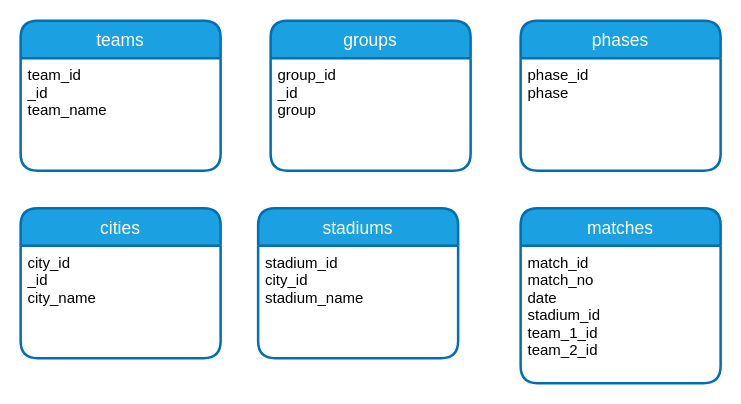
The draw.io diagram qatar2022.drawio in r3card0/WorldCup2022, before the edit. Source tidied: cells renumbered, new cells numbered last; positions are measured from the earlier drawing's top-left corner, leaving out a move shared by most shapes. Both pictures are drawn from the tidied source at 125%, with x=0, y=0 at pixel (20, 20).
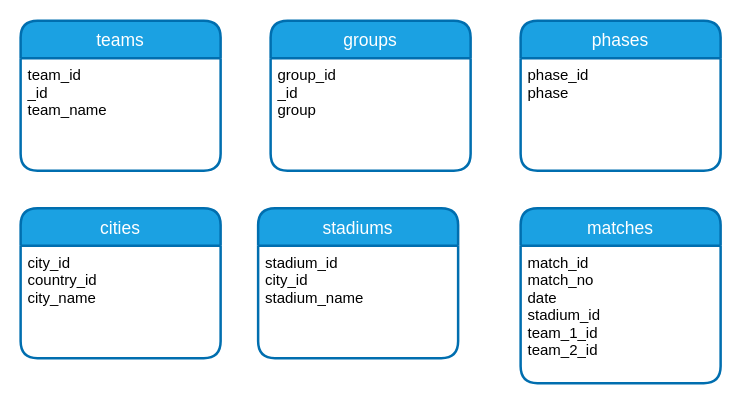
Above is the later version.

Diff of the diagram source:
```diff
@@
 <mxGraphModel>
   <root>
     <mxCell id="0" />
     <mxCell id="1" parent="0" />
     <mxCell id="2" value="teams" style="swimlane;horizontal=1;startSize=30;rounded=1;fontSize=14;fontStyle=0;strokeWidth=2;shadow=0;dashed=0;align=center;fillColor=#1ba1e2;fontColor=#ffffff;strokeColor=#006EAF;" parent="1" vertex="1">
       <mxGeometry width="160" height="120" as="geometry" />
     </mxCell>
     <mxCell id="3" value="team_id&#10;_id&#10;team_name" style="align=left;strokeColor=none;fillColor=none;spacingLeft=4;fontSize=12;verticalAlign=top;" parent="2" vertex="1">
       <mxGeometry y="30" width="160" height="90" as="geometry" />
     </mxCell>
     <mxCell id="4" value="groups" style="swimlane;horizontal=1;startSize=30;rounded=1;fontSize=14;fontStyle=0;strokeWidth=2;shadow=0;dashed=0;align=center;fillColor=#1ba1e2;fontColor=#ffffff;strokeColor=#006EAF;" parent="1" vertex="1">
       <mxGeometry x="200" width="160" height="120" as="geometry" />
     </mxCell>
     <mxCell id="5" value="group_id&#10;_id&#10;group" style="align=left;strokeColor=none;fillColor=none;spacingLeft=4;fontSize=12;verticalAlign=top;" parent="4" vertex="1">
       <mxGeometry y="30" width="160" height="90" as="geometry" />
     </mxCell>
     <mxCell id="6" value="cities" style="swimlane;horizontal=1;startSize=30;rounded=1;fontSize=14;fontStyle=0;strokeWidth=2;shadow=0;dashed=0;align=center;fillColor=#1ba1e2;fontColor=#ffffff;strokeColor=#006EAF;" parent="1" vertex="1">
       <mxGeometry y="150" width="160" height="120" as="geometry" />
     </mxCell>
-    <mxCell id="7" value="city_id&#10;_id&#10;city_name" style="align=left;strokeColor=none;fillColor=none;spacingLeft=4;fontSize=12;verticalAlign=top;" parent="6" vertex="1">
+    <mxCell id="7" value="city_id&#10;country_id&#10;city_name" style="align=left;strokeColor=none;fillColor=none;spacingLeft=4;fontSize=12;verticalAlign=top;" parent="6" vertex="1">
       <mxGeometry y="30" width="160" height="90" as="geometry" />
     </mxCell>
     <mxCell id="8" value="stadiums" style="swimlane;horizontal=1;startSize=30;rounded=1;fontSize=14;fontStyle=0;strokeWidth=2;shadow=0;dashed=0;align=center;fillColor=#1ba1e2;fontColor=#ffffff;strokeColor=#006EAF;" parent="1" vertex="1">
       <mxGeometry x="190" y="150" width="160" height="120" as="geometry" />
     </mxCell>
     <mxCell id="9" value="stadium_id&#10;city_id&#10;stadium_name" style="align=left;strokeColor=none;fillColor=none;spacingLeft=4;fontSize=12;verticalAlign=top;" parent="8" vertex="1">
       <mxGeometry y="30" width="160" height="90" as="geometry" />
     </mxCell>
     <mxCell id="10" value="phases" style="swimlane;horizontal=1;startSize=30;rounded=1;fontSize=14;fontStyle=0;strokeWidth=2;shadow=0;dashed=0;align=center;fillColor=#1ba1e2;fontColor=#ffffff;strokeColor=#006EAF;" parent="1" vertex="1">
       <mxGeometry x="400" width="160" height="120" as="geometry" />
     </mxCell>
     <mxCell id="11" value="phase_id&#10;phase" style="align=left;strokeColor=none;fillColor=none;spacingLeft=4;fontSize=12;verticalAlign=top;" parent="10" vertex="1">
       <mxGeometry y="30" width="160" height="90" as="geometry" />
     </mxCell>
     <mxCell id="12" value="matches" style="swimlane;horizontal=1;startSize=30;rounded=1;fontSize=14;fontStyle=0;strokeWidth=2;shadow=0;dashed=0;align=center;fillColor=#1ba1e2;fontColor=#ffffff;strokeColor=#006EAF;" parent="1" vertex="1">
       <mxGeometry x="400" y="150" width="160" height="140" as="geometry" />
     </mxCell>
     <mxCell id="13" value="match_id&#10;match_no&#10;date&#10;stadium_id&#10;team_1_id&#10;team_2_id" style="align=left;strokeColor=none;fillColor=none;spacingLeft=4;fontSize=12;verticalAlign=top;" parent="12" vertex="1">
       <mxGeometry y="30" width="160" height="110" as="geometry" />
     </mxCell>
   </root>
 </mxGraphModel>
```
